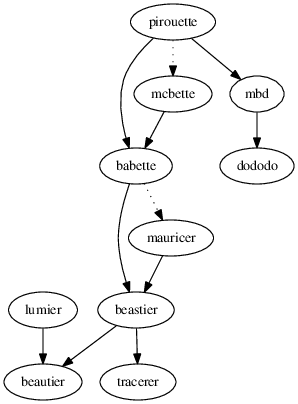
Above: doc/dependencies.png in richelbilderbeek/pirouette (Graphviz), before the change. Its source is kept beside it as doc/dependencies.dot.
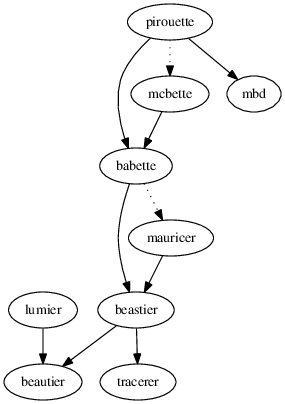
Above is the later version.

Commit message:
No dep on dododo

Change to the diagram source:
```diff
@@ -10,5 +10,4 @@
   pirouette -> babette;
   pirouette -> mcbette [style=dotted];
   pirouette -> mbd;
-  mbd -> dododo;
 }
```
